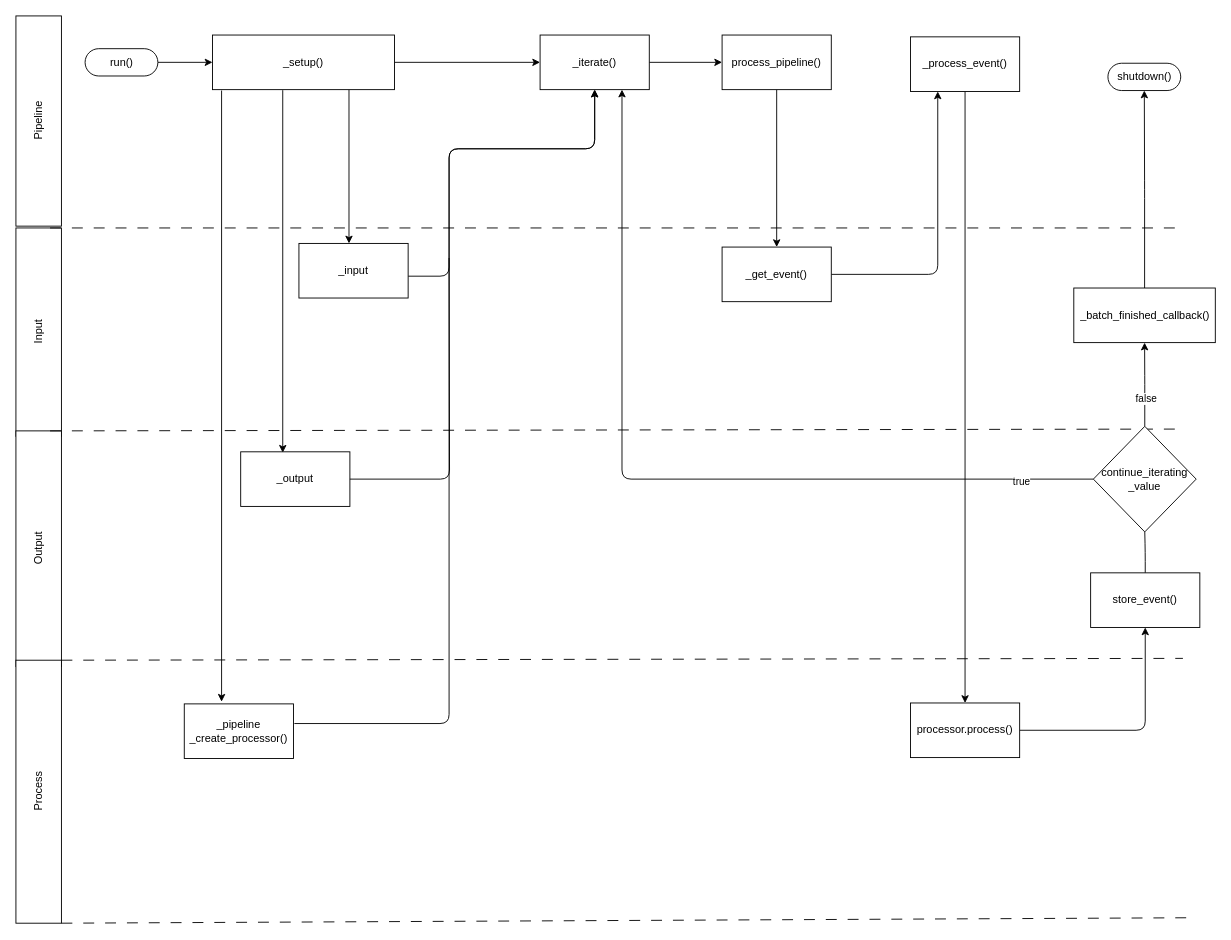
fkie-cad/Logprep keeps this draw.io diagram as doc/source/development/architecture/diagramms/pipeline.drawio. Above is the earlier version. Source tidied: cells renumbered, new cells numbered last; positions are measured from the earlier drawing's top-left corner, leaving out a move shared by most shapes. Both pictures are drawn from the tidied source at 91%, with x=0, y=0 at pixel (-94, 35).
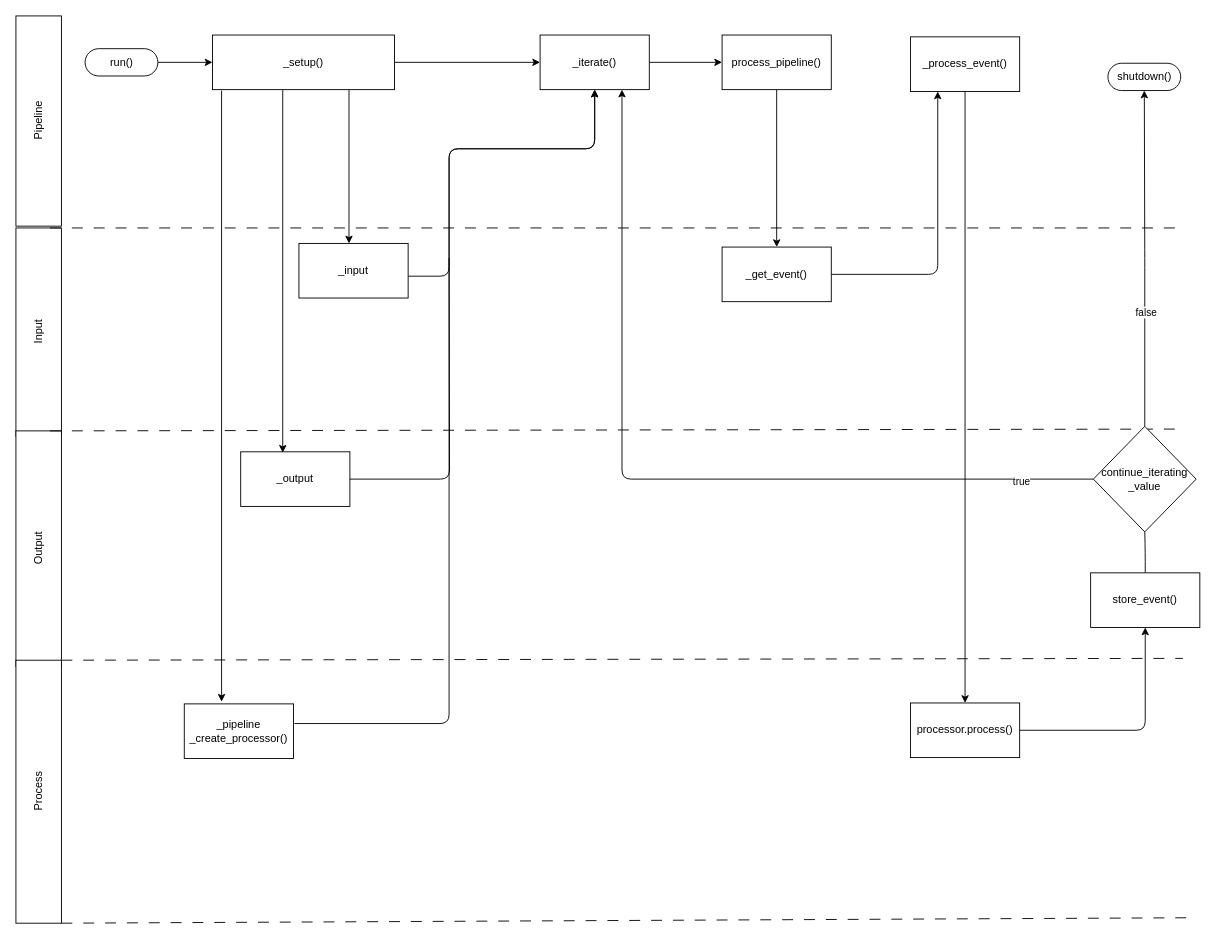
The same page after the edit.

The change refers to these unchanged cells:
```xml
<mxCell id="31" value="shutdown()" style="html=1;dashed=0;whitespace=wrap;shape=mxgraph.dfd.start;" parent="1" vertex="1">
  <mxGeometry x="1320" y="31" width="80" height="30" as="geometry" />
</mxCell>
<mxCell id="40" value="continue_iterating&lt;br&gt;_value" style="rhombus;whiteSpace=wrap;html=1;dashed=0;" parent="1" vertex="1">
  <mxGeometry x="1304" y="430" width="113" height="116" as="geometry" />
</mxCell>
```

What changed in the source:
```diff
@@
-    <mxCell id="38" style="edgeStyle=orthogonalEdgeStyle;html=1;endArrow=classic;endFill=1;" parent="1" edge="1" source="40" target="42">
+    <mxCell id="38" style="edgeStyle=orthogonalEdgeStyle;html=1;endArrow=classic;endFill=1;entryX=0.5;entryY=0.5;entryDx=0;entryDy=15;entryPerimeter=0;" parent="1" edge="1" source="40" target="31">
       <mxGeometry relative="1" as="geometry" />
     </mxCell>
@@
-    <mxCell id="41" style="edgeStyle=orthogonalEdgeStyle;html=1;endArrow=classic;endFill=1;" parent="1" edge="1" source="42" target="31">
-      <mxGeometry relative="1" as="geometry" />
-    </mxCell>
-    <mxCell id="42" value="_batch_finished_callback()" style="whiteSpace=wrap;html=1;dashed=0;" parent="1" vertex="1">
-      <mxGeometry x="1282.5" y="278" width="155.5" height="60" as="geometry" />
-    </mxCell>
```
